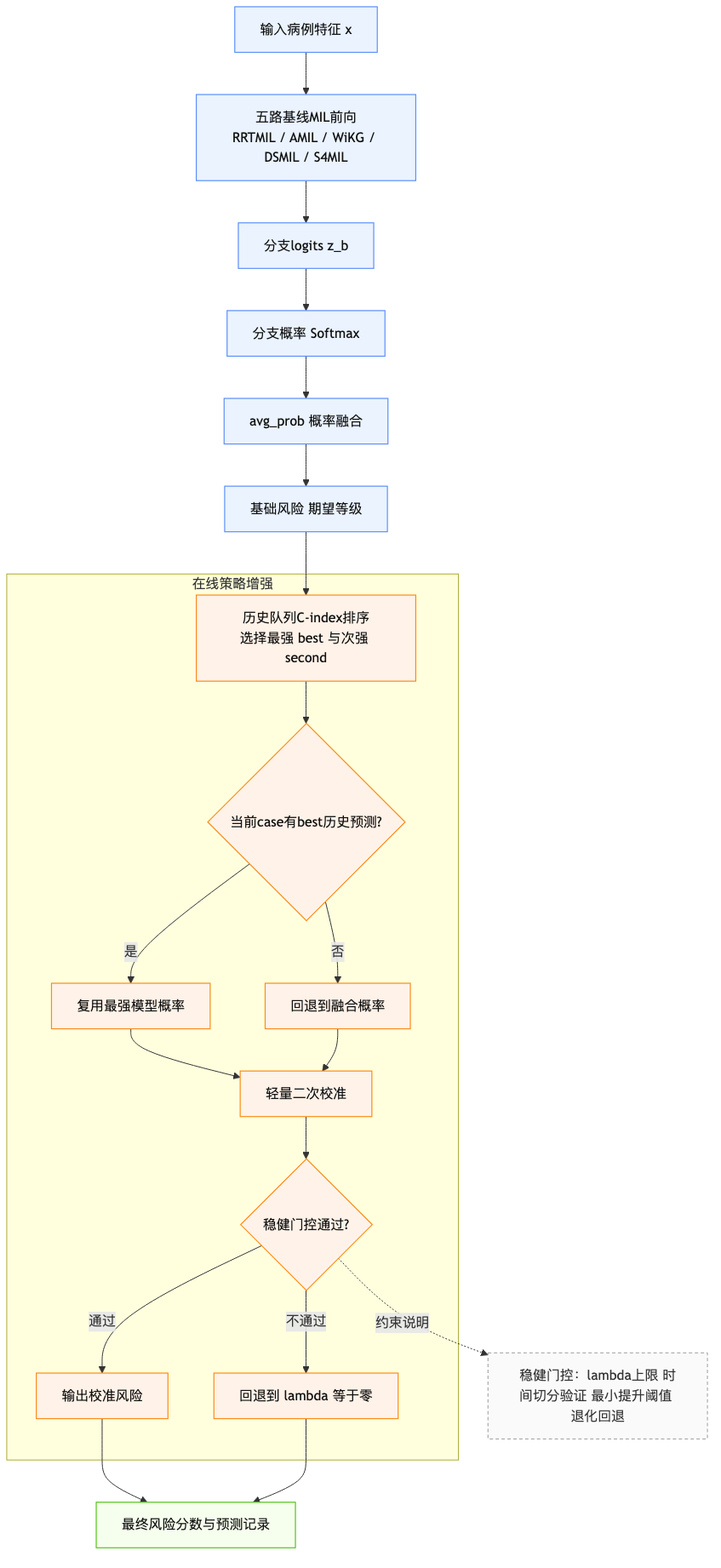
This is ViLa-MIL/docs/EnsembleDecision_flowchart_paper.png from AlexRobin04/lung-cancer-survival-prediction, a Mermaid export, as it was before one commit. Its source is kept beside it as ViLa-MIL/docs/EnsembleDecision_flowchart_paper.mmd. Source of this version:
```mermaid
flowchart TD
    A[输入病例特征 x] --> B[五路基线MIL前向<br/>RRTMIL / AMIL / WiKG / DSMIL / S4MIL]
    B --> C[分支logits z_b]
    C --> D[分支概率 Softmax]
    D --> E[avg_prob 概率融合]
    E --> F[基础风险 期望等级]

    subgraph S1[在线策略增强]
      G[历史队列C-index排序<br/>选择最强 best 与次强 second]
      H{当前case有best历史预测?}
      I[复用最强模型概率]
      J[回退到融合概率]
      K[轻量二次校准]
      L{稳健门控通过?}
      M[输出校准风险]
      N[回退到 lambda 等于零]
    end

    F --> G
    G --> H
    H -- 是 --> I
    H -- 否 --> J
    I --> K
    J --> K
    K --> L
    L -- 通过 --> M
    L -- 不通过 --> N

    M --> O[最终风险分数与预测记录]
    N --> O

    P[稳健门控：lambda上限 时间切分验证 最小提升阈值 退化回退]
    L -.约束说明.-> P

    classDef main fill:#EAF3FF,stroke:#5B8FF9,stroke-width:1.2px,color:#111;
    classDef enhance fill:#FFF2E8,stroke:#FA8C16,stroke-width:1.2px,color:#111;
    classDef output fill:#F6FFED,stroke:#52C41A,stroke-width:1.2px,color:#111;
    classDef note fill:#FAFAFA,stroke:#999,stroke-dasharray: 4 3,color:#333;

    class A,B,C,D,E,F main;
    class G,H,I,J,K,L,M,N enhance;
    class O output;
    class P note;
```
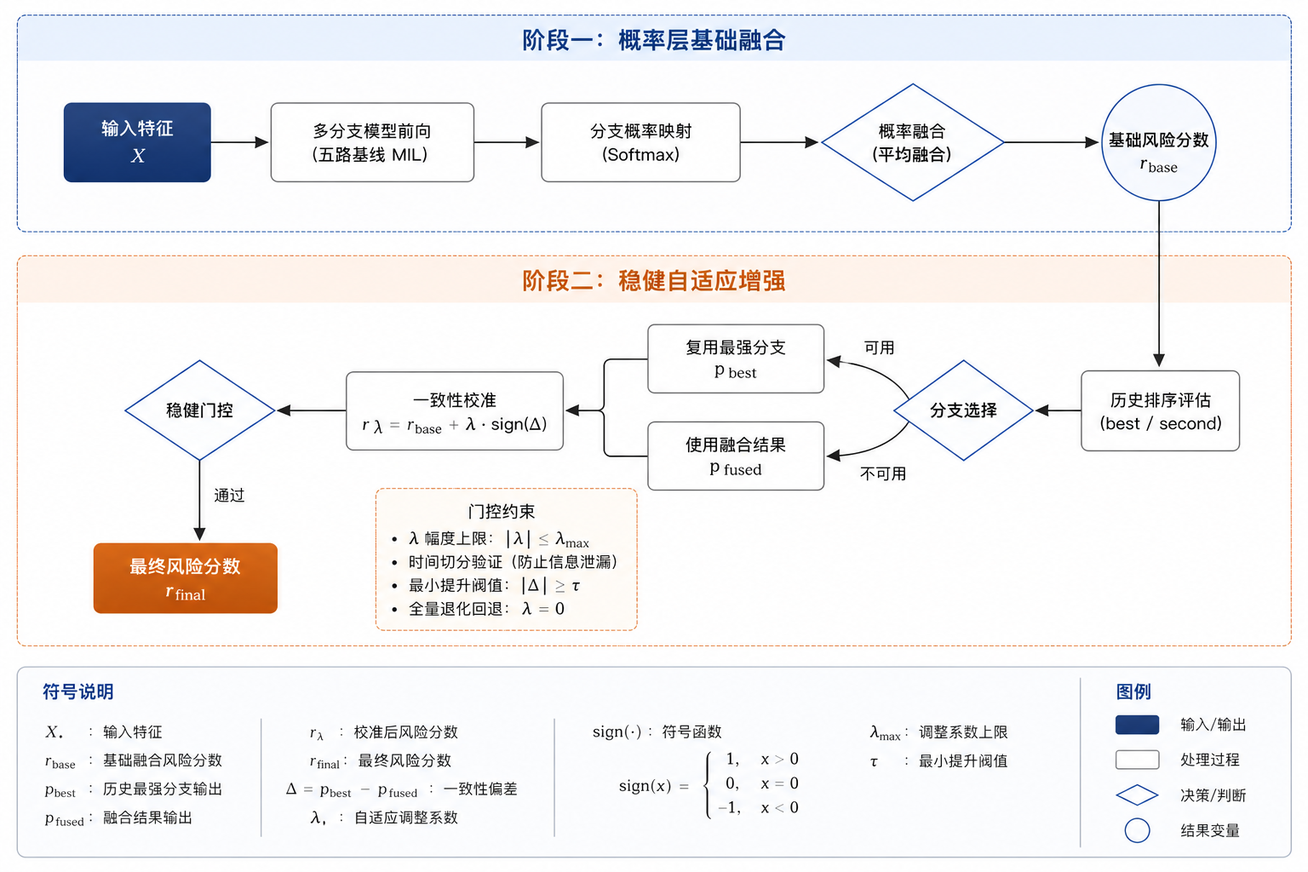
After the commit.

The edit, as a diff of the source:
```diff
@@ -1,37 +1,33 @@
-flowchart TD
-    A[输入病例特征 x] --> B[五路基线MIL前向<br/>RRTMIL / AMIL / WiKG / DSMIL / S4MIL]
-    B --> C[分支logits z_b]
-    C --> D[分支概率 Softmax]
-    D --> E[avg_prob 概率融合]
-    E --> F[基础风险 期望等级]
+flowchart TB
+    subgraph S0["阶段一：基础融合"]
+      direction LR
+      A[输入特征 X] --> B[五路基线 MIL]
+      B --> C[分支 logits]
+      C --> D[概率映射 Softmax]
+      D --> E[avg_prob 融合]
+      E --> F[基础风险 r_base]
+    end
 
-    subgraph S1[在线策略增强]
-      G[历史队列C-index排序<br/>选择最强 best 与次强 second]
-      H{当前case有best历史预测?}
-      I[复用最强模型概率]
-      J[回退到融合概率]
-      K[轻量二次校准]
-      L{稳健门控通过?}
-      M[输出校准风险]
-      N[回退到 lambda 等于零]
+    subgraph S1["阶段二：稳健增强"]
+      direction LR
+      G[历史排序<br/>best / second] --> H{best 历史预测可用?}
+      H -- 是 --> I[复用最强分支概率]
+      H -- 否 --> J[使用融合概率]
+      I --> K[轻量校准 r_lambda]
+      J --> K
+      K --> L{稳健门控}
+      L -- 通过 --> M[输出 r_lambda]
+      L -- 回退 --> N[输出 r_0]
     end
 
     F --> G
-    G --> H
-    H -- 是 --> I
-    H -- 否 --> J
-    I --> K
-    J --> K
-    K --> L
-    L -- 通过 --> M
-    L -- 不通过 --> N
-
-    M --> O[最终风险分数与预测记录]
+    M --> O[最终风险分数]
     N --> O
 
-    P[稳健门控：lambda上限 时间切分验证 最小提升阈值 退化回退]
-    L -.约束说明.-> P
+    P[门控条件：lambda 上限 / 时间切分验证 / 最小提升阈值]
+    L -. 约束 .-> P
 
+    classDef stage fill:#F8FAFF,stroke:#8AA1D4,stroke-width:1.2px,color:#111;
     classDef main fill:#EAF3FF,stroke:#5B8FF9,stroke-width:1.2px,color:#111;
     classDef enhance fill:#FFF2E8,stroke:#FA8C16,stroke-width:1.2px,color:#111;
     classDef output fill:#F6FFED,stroke:#52C41A,stroke-width:1.2px,color:#111;
```
